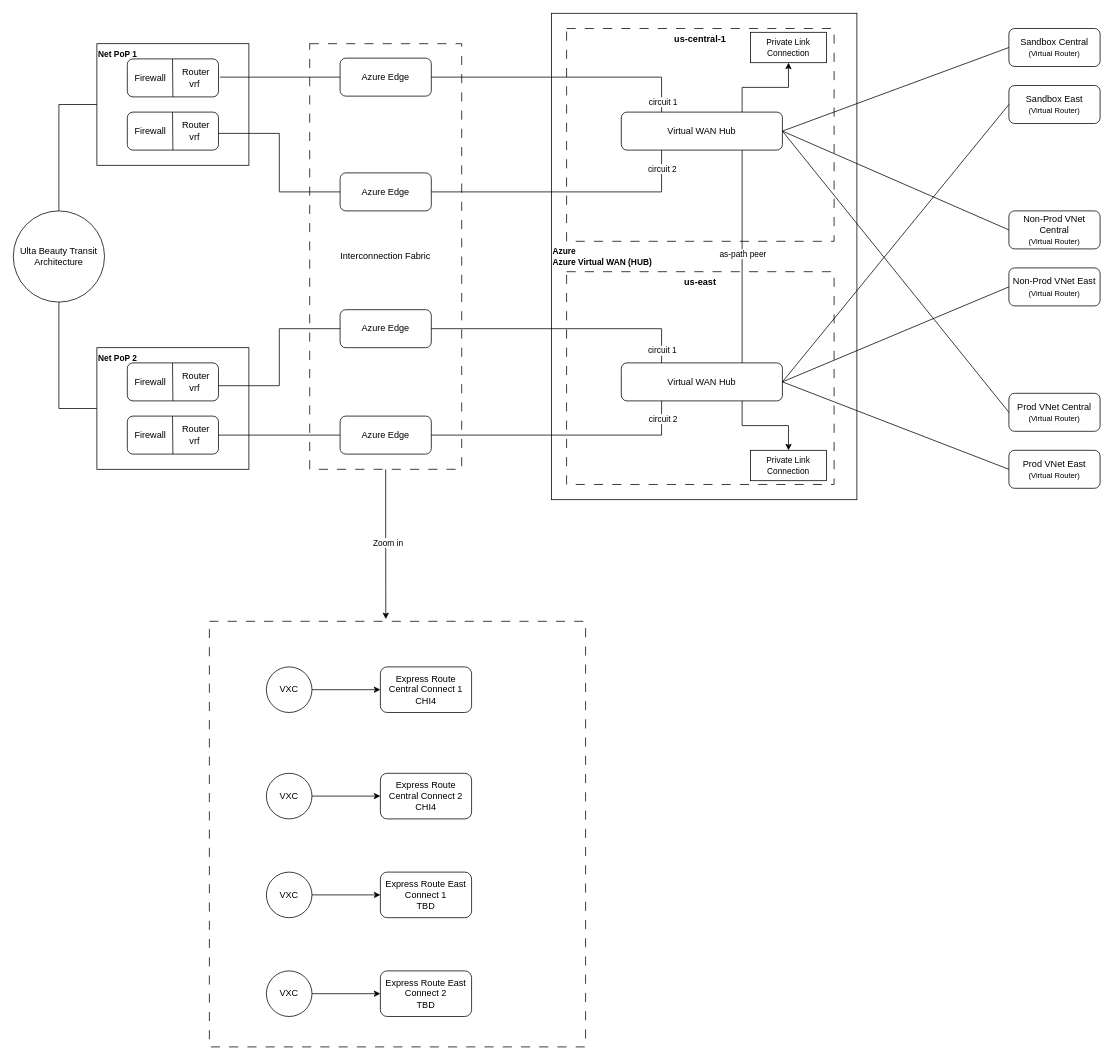
This is page "Azure Resiliency" (7 of 26) of disaster-recovery.drawio from bpayt2/temp, a draw.io file, before an edit. Source tidied: cells renumbered, new cells numbered last; positions are measured from the earlier drawing's top-left corner, leaving out a move shared by most shapes. Both pictures are drawn from the tidied source at 76%, with x=0, y=0 at pixel (13, 13).
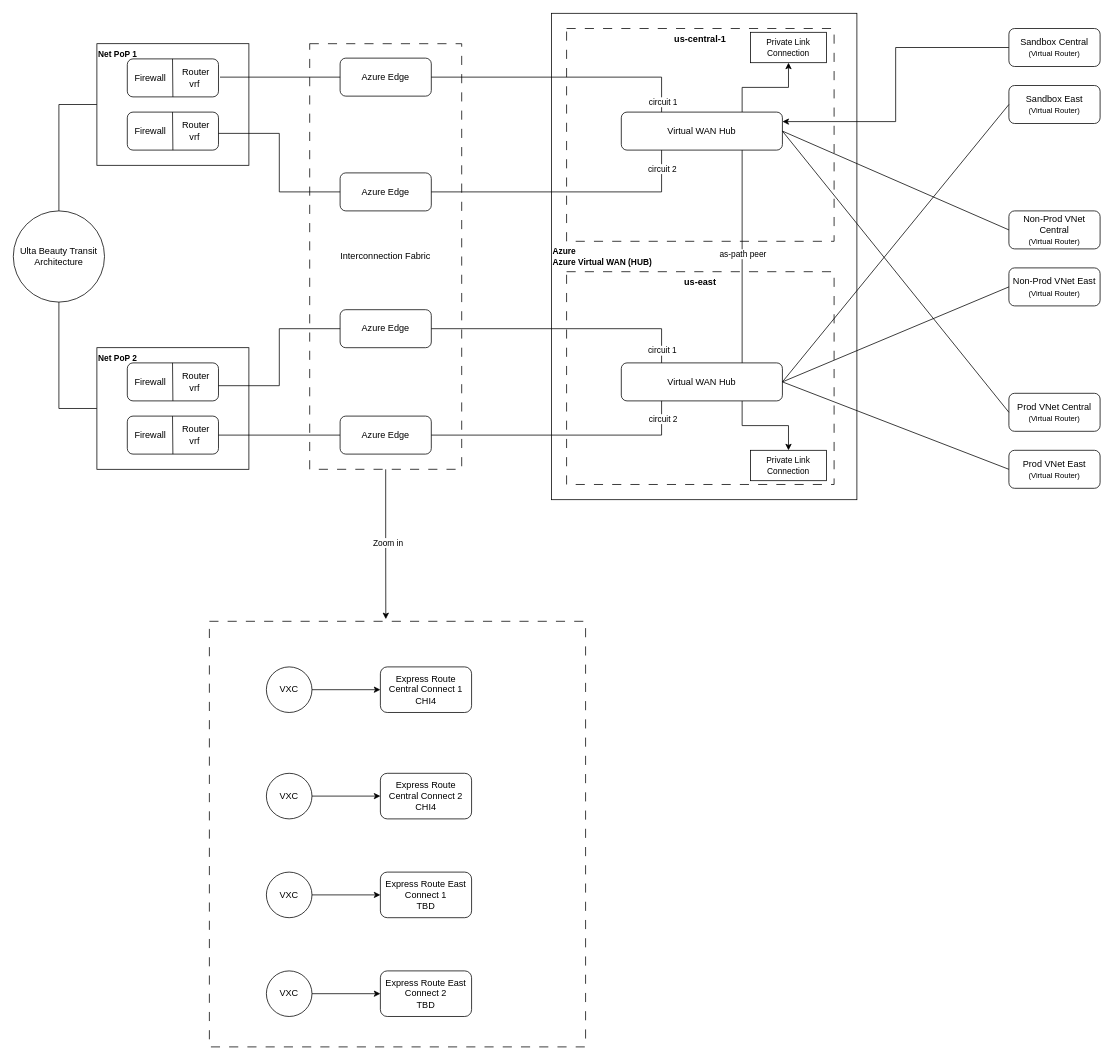
The same page after the edit.

The change refers to these unchanged cells:
```xml
<mxCell id="39" value="Virtual WAN Hub" style="rounded=1;whiteSpace=wrap;html=1;" parent="1" vertex="1">
  <mxGeometry x="800" y="130" width="212" height="50" as="geometry" />
</mxCell>
<mxCell id="50" value="Sandbox Central&lt;br&gt;&lt;font style=&quot;font-size: 10px;&quot;&gt;(Virtual Router)&lt;/font&gt;" style="rounded=1;whiteSpace=wrap;html=1;" parent="1" vertex="1">
  <mxGeometry x="1310" y="20" width="120" height="50" as="geometry" />
</mxCell>
```

Diff of the diagram source:
```diff
@@
+    <mxCell id="78" style="edgeStyle=orthogonalEdgeStyle;rounded=0;jettySize=auto;html=1;exitX=0;exitY=0.5;exitDx=0;exitDy=0;entryX=1;entryY=0.25;entryDx=0;entryDy=0;" parent="1" edge="1" source="50" target="39">
+      <mxGeometry relative="1" as="geometry" />
+    </mxCell>
@@
-    <mxCell id="56" style="rounded=0;jettySize=auto;html=1;exitX=1;exitY=0.5;exitDx=0;exitDy=0;entryX=0;entryY=0.5;entryDx=0;entryDy=0;endArrow=none;endFill=0;" parent="1" edge="1" source="39" target="50">
-      <mxGeometry relative="1" as="geometry" />
-    </mxCell>
```
